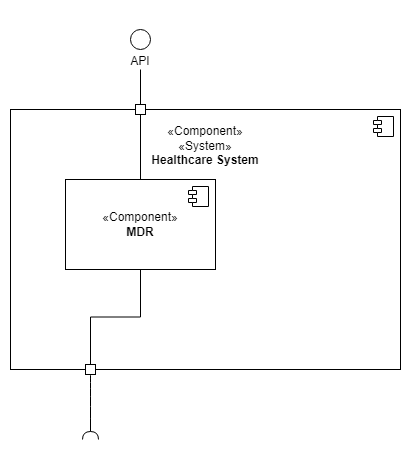
This is docs/global-artifacts/03.design/logical-view/level-2/png/N2-VL.png from vscosousa/LAPR5_3DC_G15, a draw.io export, as it was before one commit. Source tidied: cells renumbered, new cells last; positions are measured from the earlier drawing's top-left corner, leaving out a move shared by most shapes. Its diagram source:
```xml
<mxGraphModel>
  <root>
    <mxCell id="0" />
    <mxCell id="1" parent="0" />
    <mxCell id="2" value="«Component»&lt;div&gt;«System»&lt;br&gt;&lt;b&gt;Healthcare System&lt;/b&gt;&lt;/div&gt;&lt;div&gt;&lt;b&gt;&lt;br&gt;&lt;/b&gt;&lt;/div&gt;&lt;div&gt;&lt;b&gt;&lt;br&gt;&lt;/b&gt;&lt;/div&gt;&lt;div&gt;&lt;b&gt;&lt;br&gt;&lt;/b&gt;&lt;/div&gt;&lt;div&gt;&lt;b&gt;&lt;br&gt;&lt;/b&gt;&lt;/div&gt;&lt;div&gt;&lt;b&gt;&lt;br&gt;&lt;/b&gt;&lt;/div&gt;&lt;div&gt;&lt;b&gt;&lt;br&gt;&lt;/b&gt;&lt;/div&gt;&lt;div&gt;&lt;b&gt;&lt;br&gt;&lt;/b&gt;&lt;/div&gt;&lt;div&gt;&lt;b&gt;&lt;br&gt;&lt;/b&gt;&lt;/div&gt;&lt;div&gt;&lt;b&gt;&lt;br&gt;&lt;/b&gt;&lt;/div&gt;&lt;div&gt;&lt;b&gt;&lt;br&gt;&lt;/b&gt;&lt;/div&gt;&lt;div&gt;&lt;b&gt;&lt;br&gt;&lt;/b&gt;&lt;/div&gt;&lt;div&gt;&lt;b&gt;&lt;br&gt;&lt;/b&gt;&lt;/div&gt;&lt;div&gt;&lt;b&gt;&lt;br&gt;&lt;/b&gt;&lt;/div&gt;" style="html=1;whiteSpace=wrap;" parent="1" vertex="1">
      <mxGeometry y="80" width="390" height="260" as="geometry" />
    </mxCell>
    <mxCell id="3" style="shape=module;jettyWidth=8;jettyHeight=4;" parent="2" vertex="1">
      <mxGeometry x="1" width="20" height="20" relative="1" as="geometry">
        <mxPoint x="-27" y="7" as="offset" />
      </mxGeometry>
    </mxCell>
    <mxCell id="4" style="rounded=0;jettySize=auto;html=1;endArrow=halfCircle;endFill=0;endSize=6;strokeWidth=1;sketch=0;fontSize=12;curved=1;" parent="1" edge="1" source="7">
      <mxGeometry relative="1" as="geometry">
        <mxPoint x="80" y="410" as="targetPoint" />
      </mxGeometry>
    </mxCell>
    <mxCell id="5" style="ellipse;whiteSpace=wrap;html=1;align=center;fillColor=none;strokeColor=none;perimeter=centerPerimeter;" parent="1" vertex="1">
      <mxGeometry x="75" y="190" width="10" height="10" as="geometry" />
    </mxCell>
    <mxCell id="6" style="edgeStyle=orthogonalEdgeStyle;rounded=0;jettySize=auto;html=1;endArrow=none;endFill=0;" parent="1" edge="1" source="7" target="11">
      <mxGeometry relative="1" as="geometry" />
    </mxCell>
    <mxCell id="7" style="whiteSpace=wrap;html=1;" parent="1" vertex="1">
      <mxGeometry x="75" y="335" width="10" height="10" as="geometry" />
    </mxCell>
    <mxCell id="8" style="whiteSpace=wrap;html=1;" parent="1" vertex="1">
      <mxGeometry x="125" y="75" width="10" height="10" as="geometry" />
    </mxCell>
    <mxCell id="9" value="&lt;div&gt;&lt;br&gt;&lt;/div&gt;&lt;div&gt;&lt;br&gt;&lt;/div&gt;&lt;div&gt;&lt;br&gt;API&lt;/div&gt;" style="ellipse;whiteSpace=wrap;html=1;" parent="1" vertex="1">
      <mxGeometry x="120" width="20" height="20" as="geometry" />
    </mxCell>
    <mxCell id="10" style="endArrow=none;html=1;rounded=0;exitX=0.5;exitY=0;exitDx=0;exitDy=0;" parent="1" edge="1" source="8">
      <mxGeometry relative="1" as="geometry">
        <mxPoint x="130" y="40" as="targetPoint" />
      </mxGeometry>
    </mxCell>
    <mxCell id="11" value="«Component»&lt;br&gt;&lt;b&gt;MDR&lt;/b&gt;" style="html=1;whiteSpace=wrap;" parent="1" vertex="1">
      <mxGeometry x="55" y="150" width="150" height="90" as="geometry" />
    </mxCell>
    <mxCell id="12" style="shape=module;jettyWidth=8;jettyHeight=4;" parent="11" vertex="1">
      <mxGeometry x="1" width="20" height="20" relative="1" as="geometry">
        <mxPoint x="-27" y="7" as="offset" />
      </mxGeometry>
    </mxCell>
    <mxCell id="13" style="endArrow=none;html=1;rounded=0;entryX=0.5;entryY=1;entryDx=0;entryDy=0;" parent="1" edge="1" source="11" target="8">
      <mxGeometry relative="1" as="geometry" />
    </mxCell>
  </root>
</mxGraphModel>
```
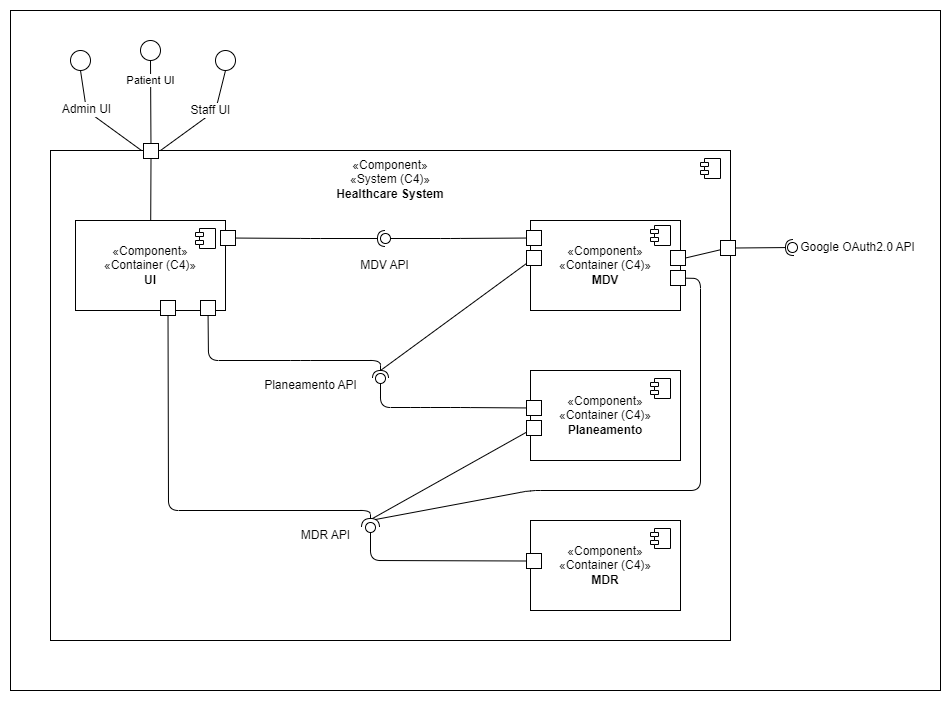
The same file after the commit.

The edit, as a diff of the source:
```diff
@@ -1,50 +1,234 @@
 <mxGraphModel>
   <root>
     <mxCell id="0" />
+    <mxCell id="14" value="back" parent="0" />
+    <mxCell id="15" style="rounded=0;whiteSpace=wrap;html=1;fillColor=default;" parent="14" vertex="1">
+      <mxGeometry x="-310" y="-200" width="930" height="680" as="geometry" />
+    </mxCell>
+    <mxCell id="16" value="Box" parent="0" />
+    <mxCell id="17" style="group;" parent="16" vertex="1">
+      <mxGeometry x="-270" y="-60" width="680" height="500" as="geometry" />
+    </mxCell>
+    <mxCell id="18" value="«Component»&lt;br&gt;«System (C4)»&lt;br&gt;&lt;b&gt;Healthcare System&lt;br&gt;&lt;br&gt;&lt;br&gt;&lt;br&gt;&lt;br&gt;&lt;br&gt;&lt;br&gt;&lt;br&gt;&lt;br&gt;&lt;br&gt;&lt;br&gt;&lt;br&gt;&lt;br&gt;&lt;br&gt;&lt;br&gt;&lt;br&gt;&lt;br&gt;&lt;br&gt;&lt;br&gt;&lt;br&gt;&lt;br&gt;&lt;br&gt;&lt;br&gt;&lt;br&gt;&lt;br&gt;&lt;br&gt;&lt;br&gt;&lt;br&gt;&lt;br&gt;&lt;br&gt;&lt;br&gt;&lt;/b&gt;" style="html=1;whiteSpace=wrap;" parent="17" vertex="1">
+      <mxGeometry width="680" height="490" as="geometry" />
+    </mxCell>
+    <mxCell id="19" style="shape=module;jettyWidth=8;jettyHeight=4;" parent="18" vertex="1">
+      <mxGeometry x="1" width="20" height="20" relative="1" as="geometry">
+        <mxPoint x="-30" y="8" as="offset" />
+      </mxGeometry>
+    </mxCell>
+    <mxCell id="20" value="MDV API" style="text;html=1;align=center;verticalAlign=middle;strokeColor=none;fillColor=none;" parent="17" vertex="1">
+      <mxGeometry x="299" y="100" width="70" height="30" as="geometry" />
+    </mxCell>
+    <mxCell id="21" value="MDR API" style="text;html=1;align=center;verticalAlign=middle;strokeColor=none;fillColor=none;" parent="17" vertex="1">
+      <mxGeometry x="240" y="370" width="70" height="30" as="geometry" />
+    </mxCell>
+    <mxCell id="22" value="Planeamento API" style="text;html=1;align=center;verticalAlign=middle;strokeColor=none;fillColor=none;" parent="17" vertex="1">
+      <mxGeometry x="200" y="220" width="120" height="30" as="geometry" />
+    </mxCell>
+    <mxCell id="23" style="group;" parent="17" vertex="1">
+      <mxGeometry x="480" y="370" width="160" height="90" as="geometry" />
+    </mxCell>
+    <mxCell id="24" value="«Component»&lt;br&gt;«Container (C4)»&lt;br&gt;&lt;b&gt;MDR&lt;/b&gt;" style="html=1;whiteSpace=wrap;" parent="23" vertex="1">
+      <mxGeometry width="150" height="90" as="geometry" />
+    </mxCell>
+    <mxCell id="25" style="shape=module;jettyWidth=8;jettyHeight=4;" parent="24" vertex="1">
+      <mxGeometry x="1" width="20" height="20" relative="1" as="geometry">
+        <mxPoint x="-30" y="8" as="offset" />
+      </mxGeometry>
+    </mxCell>
+    <mxCell id="26" style="edgeStyle=none;rounded=1;html=1;entryX=1;entryY=0.5;entryDx=0;entryDy=0;endArrow=none;endFill=0;" parent="17" edge="1" source="7" target="32">
+      <mxGeometry relative="1" as="geometry" />
+    </mxCell>
+    <mxCell id="7" style="whiteSpace=wrap;html=1;" parent="17" vertex="1">
+      <mxGeometry x="670" y="90" width="15" height="15" as="geometry" />
+    </mxCell>
+    <mxCell id="27" style="group;" parent="17" vertex="1">
+      <mxGeometry x="480" y="70" width="160" height="90" as="geometry" />
+    </mxCell>
+    <mxCell id="28" value="«Component»&lt;br&gt;«Container (C4)»&lt;br&gt;&lt;b&gt;MDV&lt;/b&gt;" style="html=1;whiteSpace=wrap;" parent="27" vertex="1">
+      <mxGeometry width="150" height="90" as="geometry" />
+    </mxCell>
+    <mxCell id="29" style="whiteSpace=wrap;html=1;" parent="27" vertex="1">
+      <mxGeometry x="-4" y="10" width="15" height="15" as="geometry" />
+    </mxCell>
+    <mxCell id="30" style="whiteSpace=wrap;html=1;" parent="27" vertex="1">
+      <mxGeometry x="140" y="50" width="15" height="15" as="geometry" />
+    </mxCell>
+    <mxCell id="31" style="whiteSpace=wrap;html=1;" parent="27" vertex="1">
+      <mxGeometry x="-4" y="30" width="15" height="15" as="geometry" />
+    </mxCell>
+    <mxCell id="32" style="whiteSpace=wrap;html=1;" parent="27" vertex="1">
+      <mxGeometry x="140" y="30" width="15" height="15" as="geometry" />
+    </mxCell>
+    <mxCell id="33" style="shape=module;jettyWidth=8;jettyHeight=4;" parent="27" vertex="1">
+      <mxGeometry x="1" width="20" height="20" relative="1" as="geometry">
+        <mxPoint x="-40" y="5" as="offset" />
+      </mxGeometry>
+    </mxCell>
+    <mxCell id="34" style="edgeStyle=none;jumpSize=6;html=1;strokeWidth=1;endArrow=none;endFill=0;startSize=6;endSize=6;" parent="17" edge="1" source="31">
+      <mxGeometry relative="1" as="geometry">
+        <mxPoint x="330" y="220" as="targetPoint" />
+      </mxGeometry>
+    </mxCell>
+    <mxCell id="35" style="group;" parent="17" vertex="1">
+      <mxGeometry x="480" y="220" width="160" height="90" as="geometry" />
+    </mxCell>
+    <mxCell id="36" value="«Component»&lt;br&gt;«Container (C4)»&lt;br&gt;&lt;b&gt;Planeamento&lt;/b&gt;" style="html=1;whiteSpace=wrap;" parent="35" vertex="1">
+      <mxGeometry width="150" height="90" as="geometry" />
+    </mxCell>
+    <mxCell id="37" style="shape=module;jettyWidth=8;jettyHeight=4;" parent="36" vertex="1">
+      <mxGeometry x="1" width="20" height="20" relative="1" as="geometry">
+        <mxPoint x="-30" y="8" as="offset" />
+      </mxGeometry>
+    </mxCell>
+    <mxCell id="38" style="whiteSpace=wrap;html=1;" parent="35" vertex="1">
+      <mxGeometry x="-4" y="30" width="15" height="15" as="geometry" />
+    </mxCell>
+    <mxCell id="39" style="whiteSpace=wrap;html=1;" parent="35" vertex="1">
+      <mxGeometry x="-4" y="50" width="15" height="15" as="geometry" />
+    </mxCell>
+    <mxCell id="40" value="Admin UI" style="edgeStyle=none;html=1;entryX=0.5;entryY=1;entryDx=0;entryDy=0;fontSize=12;endArrow=none;endFill=0;exitX=0;exitY=0.5;exitDx=0;exitDy=0;" parent="16" edge="1">
+      <mxGeometry x="0.25" relative="1" as="geometry">
+        <mxPoint x="-179" y="-60" as="sourcePoint" />
+        <mxPoint x="-240" y="-140" as="targetPoint" />
+        <Array as="points">
+          <mxPoint x="-234" y="-100" />
+        </Array>
+      </mxGeometry>
+    </mxCell>
+    <mxCell id="41" value="Staff UI" style="edgeStyle=none;html=1;entryX=0.5;entryY=1;entryDx=0;entryDy=0;fontSize=12;endArrow=none;endFill=0;exitX=1;exitY=0.5;exitDx=0;exitDy=0;" parent="16" edge="1" target="44">
+      <mxGeometry x="0.17" y="3" relative="1" as="geometry">
+        <mxPoint x="-160" y="-60" as="sourcePoint" />
+        <Array as="points">
+          <mxPoint x="-105" y="-100" />
+        </Array>
+      </mxGeometry>
+    </mxCell>
+    <mxCell id="42" value="&lt;div&gt;&lt;br&gt;&lt;/div&gt;&lt;div&gt;&lt;br&gt;&lt;/div&gt;&lt;div&gt;&lt;br&gt;&lt;br&gt;&lt;/div&gt;" style="ellipse;whiteSpace=wrap;html=1;" parent="16" vertex="1">
+      <mxGeometry x="-250" y="-160" width="20" height="20" as="geometry" />
+    </mxCell>
+    <mxCell id="43" value="&lt;div&gt;&lt;br&gt;&lt;/div&gt;&lt;div&gt;&lt;br&gt;&lt;/div&gt;&lt;div&gt;&lt;br&gt;&lt;br&gt;&lt;/div&gt;" style="ellipse;whiteSpace=wrap;html=1;" parent="16" vertex="1">
+      <mxGeometry x="-180" y="-170" width="20" height="20" as="geometry" />
+    </mxCell>
+    <mxCell id="44" value="&lt;div&gt;&lt;br&gt;&lt;/div&gt;&lt;div&gt;&lt;br&gt;&lt;/div&gt;&lt;div&gt;&lt;br&gt;&lt;br&gt;&lt;/div&gt;" style="ellipse;whiteSpace=wrap;html=1;" parent="16" vertex="1">
+      <mxGeometry x="-105" y="-160" width="20" height="20" as="geometry" />
+    </mxCell>
+    <mxCell id="45" value="Patient UI" style="edgeStyle=none;html=1;entryX=0.5;entryY=1;entryDx=0;entryDy=0;endArrow=none;endFill=0;" parent="16" edge="1" source="8" target="43">
+      <mxGeometry x="0.52" relative="1" as="geometry" />
+    </mxCell>
+    <mxCell id="46" value="Google OAuth2.0 API" style="text;html=1;align=center;verticalAlign=middle;strokeColor=none;fillColor=none;" parent="16" vertex="1">
+      <mxGeometry x="467" y="22" width="140" height="30" as="geometry" />
+    </mxCell>
+    <mxCell id="47" style="ellipse;whiteSpace=wrap;html=1;" parent="16" vertex="1">
+      <mxGeometry x="467" y="32" width="10" height="10" as="geometry" />
+    </mxCell>
     <mxCell id="1" parent="0" />
-    <mxCell id="2" value="«Component»&lt;div&gt;«System»&lt;br&gt;&lt;b&gt;Healthcare System&lt;/b&gt;&lt;/div&gt;&lt;div&gt;&lt;b&gt;&lt;br&gt;&lt;/b&gt;&lt;/div&gt;&lt;div&gt;&lt;b&gt;&lt;br&gt;&lt;/b&gt;&lt;/div&gt;&lt;div&gt;&lt;b&gt;&lt;br&gt;&lt;/b&gt;&lt;/div&gt;&lt;div&gt;&lt;b&gt;&lt;br&gt;&lt;/b&gt;&lt;/div&gt;&lt;div&gt;&lt;b&gt;&lt;br&gt;&lt;/b&gt;&lt;/div&gt;&lt;div&gt;&lt;b&gt;&lt;br&gt;&lt;/b&gt;&lt;/div&gt;&lt;div&gt;&lt;b&gt;&lt;br&gt;&lt;/b&gt;&lt;/div&gt;&lt;div&gt;&lt;b&gt;&lt;br&gt;&lt;/b&gt;&lt;/div&gt;&lt;div&gt;&lt;b&gt;&lt;br&gt;&lt;/b&gt;&lt;/div&gt;&lt;div&gt;&lt;b&gt;&lt;br&gt;&lt;/b&gt;&lt;/div&gt;&lt;div&gt;&lt;b&gt;&lt;br&gt;&lt;/b&gt;&lt;/div&gt;&lt;div&gt;&lt;b&gt;&lt;br&gt;&lt;/b&gt;&lt;/div&gt;&lt;div&gt;&lt;b&gt;&lt;br&gt;&lt;/b&gt;&lt;/div&gt;" style="html=1;whiteSpace=wrap;" parent="1" vertex="1">
-      <mxGeometry y="80" width="390" height="260" as="geometry" />
-    </mxCell>
-    <mxCell id="3" style="shape=module;jettyWidth=8;jettyHeight=4;" parent="2" vertex="1">
-      <mxGeometry x="1" width="20" height="20" relative="1" as="geometry">
-        <mxPoint x="-27" y="7" as="offset" />
-      </mxGeometry>
-    </mxCell>
-    <mxCell id="4" style="rounded=0;jettySize=auto;html=1;endArrow=halfCircle;endFill=0;endSize=6;strokeWidth=1;sketch=0;fontSize=12;curved=1;" parent="1" edge="1" source="7">
-      <mxGeometry relative="1" as="geometry">
-        <mxPoint x="80" y="410" as="targetPoint" />
-      </mxGeometry>
-    </mxCell>
     <mxCell id="5" style="ellipse;whiteSpace=wrap;html=1;align=center;fillColor=none;strokeColor=none;perimeter=centerPerimeter;" parent="1" vertex="1">
-      <mxGeometry x="75" y="190" width="10" height="10" as="geometry" />
+      <mxGeometry x="-225" y="50" width="10" height="10" as="geometry" />
     </mxCell>
-    <mxCell id="6" style="edgeStyle=orthogonalEdgeStyle;rounded=0;jettySize=auto;html=1;endArrow=none;endFill=0;" parent="1" edge="1" source="7" target="11">
-      <mxGeometry relative="1" as="geometry" />
-    </mxCell>
-    <mxCell id="7" style="whiteSpace=wrap;html=1;" parent="1" vertex="1">
-      <mxGeometry x="75" y="335" width="10" height="10" as="geometry" />
-    </mxCell>
+    <mxCell id="48" style="edgeStyle=none;jumpSize=6;html=1;strokeWidth=1;endArrow=halfCircle;endFill=0;startSize=6;endSize=6;exitX=1;exitY=0.5;exitDx=0;exitDy=0;" parent="1" edge="1" source="7">
+      <mxGeometry relative="1" as="geometry">
+        <mxPoint x="473" y="37" as="targetPoint" />
+      </mxGeometry>
+    </mxCell>
     <mxCell id="8" style="whiteSpace=wrap;html=1;" parent="1" vertex="1">
-      <mxGeometry x="125" y="75" width="10" height="10" as="geometry" />
+      <mxGeometry x="-177" y="-67" width="15" height="15" as="geometry" />
     </mxCell>
-    <mxCell id="9" value="&lt;div&gt;&lt;br&gt;&lt;/div&gt;&lt;div&gt;&lt;br&gt;&lt;/div&gt;&lt;div&gt;&lt;br&gt;API&lt;/div&gt;" style="ellipse;whiteSpace=wrap;html=1;" parent="1" vertex="1">
-      <mxGeometry x="120" width="20" height="20" as="geometry" />
-    </mxCell>
-    <mxCell id="10" style="endArrow=none;html=1;rounded=0;exitX=0.5;exitY=0;exitDx=0;exitDy=0;" parent="1" edge="1" source="8">
-      <mxGeometry relative="1" as="geometry">
-        <mxPoint x="130" y="40" as="targetPoint" />
-      </mxGeometry>
-    </mxCell>
+    <mxCell id="13" style="endArrow=none;html=1;rounded=0;entryX=0.5;entryY=1;entryDx=0;entryDy=0;" parent="1" edge="1" source="11" target="8">
+      <mxGeometry relative="1" as="geometry" />
+    </mxCell>
+    <mxCell id="49" style="group;" parent="1" vertex="1">
+      <mxGeometry x="-245" y="10" width="160" height="95" as="geometry" />
+    </mxCell>
-    <mxCell id="11" value="«Component»&lt;br&gt;&lt;b&gt;MDR&lt;/b&gt;" style="html=1;whiteSpace=wrap;" parent="1" vertex="1">
-      <mxGeometry x="55" y="150" width="150" height="90" as="geometry" />
+    <mxCell id="11" value="«Component»&lt;br&gt;«Container (C4)»&lt;br&gt;&lt;b&gt;UI&lt;/b&gt;" style="html=1;whiteSpace=wrap;" parent="49" vertex="1">
+      <mxGeometry width="150" height="90" as="geometry" />
     </mxCell>
     <mxCell id="12" style="shape=module;jettyWidth=8;jettyHeight=4;" parent="11" vertex="1">
       <mxGeometry x="1" width="20" height="20" relative="1" as="geometry">
-        <mxPoint x="-27" y="7" as="offset" />
+        <mxPoint x="-30" y="8" as="offset" />
       </mxGeometry>
     </mxCell>
-    <mxCell id="13" style="endArrow=none;html=1;rounded=0;entryX=0.5;entryY=1;entryDx=0;entryDy=0;" parent="1" edge="1" source="11" target="8">
-      <mxGeometry relative="1" as="geometry" />
-    </mxCell>
+    <mxCell id="50" style="whiteSpace=wrap;html=1;" parent="49" vertex="1">
+      <mxGeometry x="145" y="10" width="15" height="15" as="geometry" />
+    </mxCell>
+    <mxCell id="51" style="whiteSpace=wrap;html=1;" parent="49" vertex="1">
+      <mxGeometry x="125" y="80" width="15" height="15" as="geometry" />
+    </mxCell>
+    <mxCell id="52" style="whiteSpace=wrap;html=1;" parent="49" vertex="1">
+      <mxGeometry x="85" y="80" width="15" height="15" as="geometry" />
+    </mxCell>
+    <mxCell id="53" style="edgeStyle=none;html=1;endArrow=halfCircle;endFill=0;" parent="1" edge="1" source="50">
+      <mxGeometry relative="1" as="geometry">
+        <mxPoint x="65" y="28" as="targetPoint" />
+        <Array as="points">
+          <mxPoint x="-10" y="28" />
+        </Array>
+      </mxGeometry>
+    </mxCell>
+    <mxCell id="54" style="edgeStyle=none;html=1;endArrow=oval;endFill=0;jumpSize=6;endSize=10;startSize=6;" parent="1" edge="1" source="29">
+      <mxGeometry relative="1" as="geometry">
+        <mxPoint x="65" y="28" as="targetPoint" />
+        <Array as="points">
+          <mxPoint x="130" y="28" />
+        </Array>
+      </mxGeometry>
+    </mxCell>
+    <mxCell id="55" style="edgeStyle=none;jumpSize=6;html=1;endArrow=halfCircle;endFill=0;startSize=6;endSize=6;" parent="1" edge="1" source="51">
+      <mxGeometry relative="1" as="geometry">
+        <mxPoint x="60" y="168" as="targetPoint" />
+        <Array as="points">
+          <mxPoint x="-112" y="150" />
+          <mxPoint x="-20" y="150" />
+          <mxPoint x="60" y="150" />
+          <mxPoint x="60" y="160" />
+        </Array>
+      </mxGeometry>
+    </mxCell>
+    <mxCell id="56" style="edgeStyle=none;jumpSize=6;html=1;endArrow=oval;endFill=0;startSize=6;endSize=10;" parent="1" edge="1" source="38">
+      <mxGeometry relative="1" as="geometry">
+        <mxPoint x="60" y="168" as="targetPoint" />
+        <Array as="points">
+          <mxPoint x="140" y="197" />
+          <mxPoint x="100" y="197" />
+          <mxPoint x="60" y="197" />
+        </Array>
+      </mxGeometry>
+    </mxCell>
+    <mxCell id="57" style="edgeStyle=none;jumpSize=6;html=1;endArrow=halfCircle;endFill=0;startSize=6;endSize=7;" parent="1" edge="1" source="52">
+      <mxGeometry relative="1" as="geometry">
+        <mxPoint x="50" y="317" as="targetPoint" />
+        <Array as="points">
+          <mxPoint x="-152" y="300" />
+          <mxPoint x="50" y="300" />
+        </Array>
+      </mxGeometry>
+    </mxCell>
+    <mxCell id="58" style="edgeStyle=none;jumpSize=6;html=1;endArrow=oval;endFill=0;startSize=6;endSize=10;exitX=0;exitY=0.5;exitDx=0;exitDy=0;" parent="1" edge="1" source="60">
+      <mxGeometry relative="1" as="geometry">
+        <mxPoint x="50" y="317" as="targetPoint" />
+        <Array as="points">
+          <mxPoint x="50" y="350" />
+        </Array>
+      </mxGeometry>
+    </mxCell>
+    <mxCell id="59" style="edgeStyle=none;jumpSize=6;html=1;endArrow=none;endFill=0;startSize=6;endSize=6;strokeWidth=1;" parent="1" edge="1" source="30">
+      <mxGeometry relative="1" as="geometry">
+        <mxPoint x="55" y="309" as="targetPoint" />
+        <Array as="points">
+          <mxPoint x="380" y="68" />
+          <mxPoint x="380" y="280" />
+          <mxPoint x="210" y="280" />
+        </Array>
+      </mxGeometry>
+    </mxCell>
+    <mxCell id="60" style="whiteSpace=wrap;html=1;" parent="1" vertex="1">
+      <mxGeometry x="206" y="343" width="15" height="15" as="geometry" />
+    </mxCell>
+    <mxCell id="61" style="edgeStyle=none;jumpSize=6;html=1;strokeWidth=1;endArrow=none;endFill=0;startSize=6;endSize=6;" parent="1" edge="1" source="39">
+      <mxGeometry relative="1" as="geometry">
+        <mxPoint x="52" y="308" as="targetPoint" />
+      </mxGeometry>
+    </mxCell>
   </root>
 </mxGraphModel>
```
